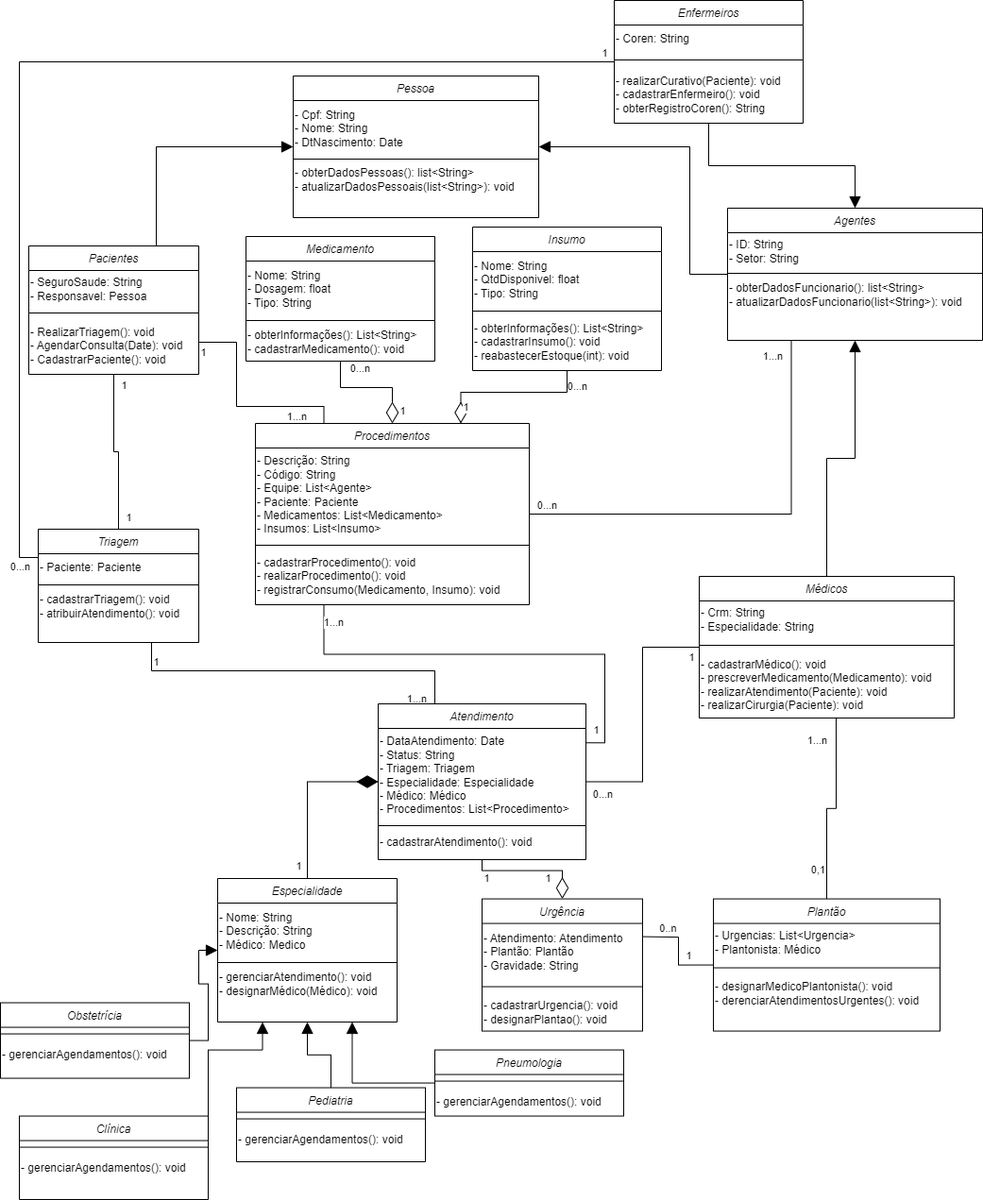
This is modulo2/java/instrucao_pratica/Hospital.drawio.png from residencia18/240043-laio-rodrigues, a draw.io export, as it was before one commit. Source tidied: cells renumbered, new cells last; positions are measured from the earlier drawing's top-left corner, leaving out a move shared by most shapes.
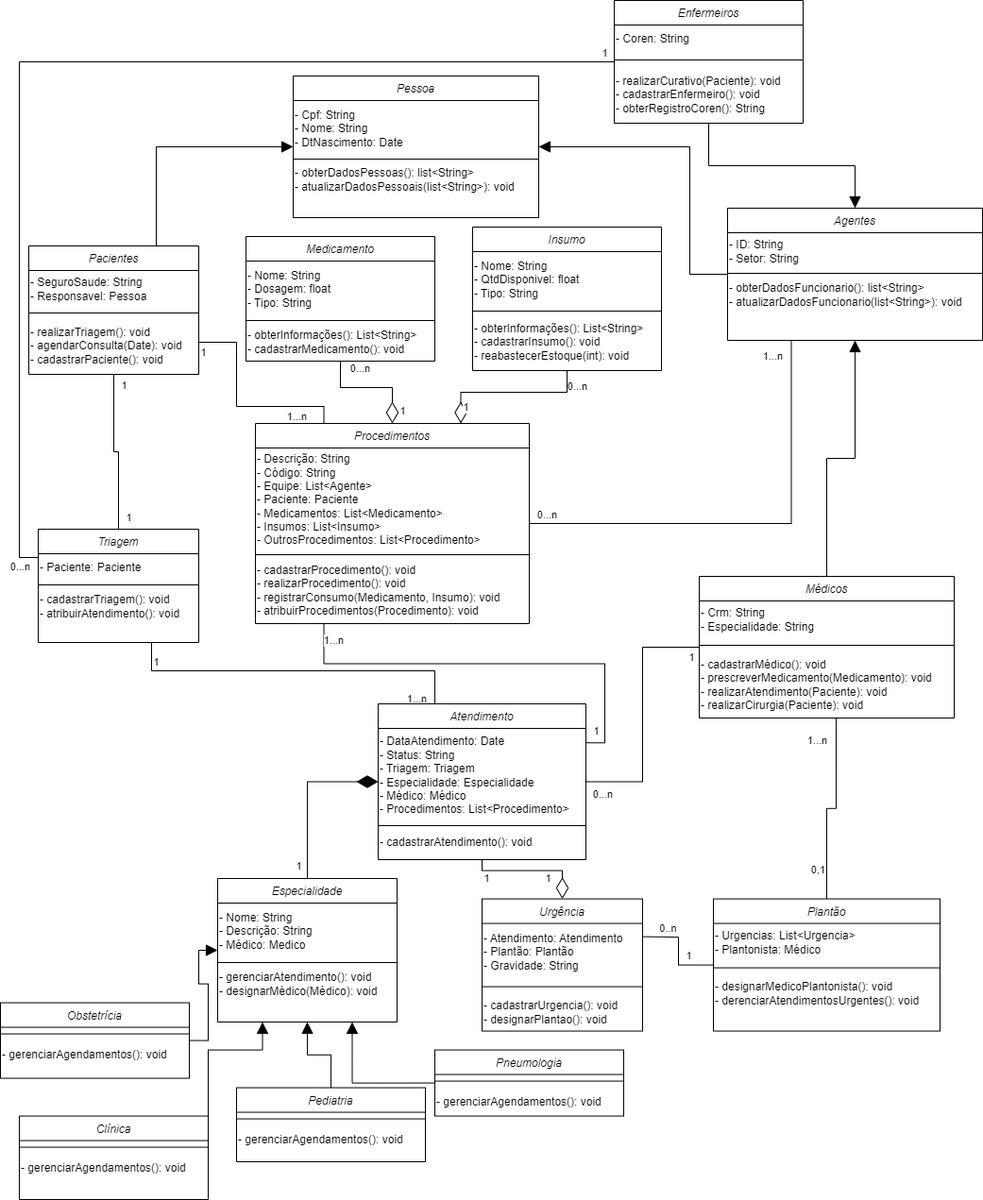
The same file after the commit.

Change to the diagram source:
```diff
@@ -27,7 +27,7 @@
     <mxCell id="8" style="line;html=1;strokeWidth=1;align=left;verticalAlign=middle;spacingTop=-1;spacingLeft=3;spacingRight=3;labelPosition=right;" parent="6" vertex="1">
       <mxGeometry y="66" width="180" height="10" as="geometry" />
     </mxCell>
-    <mxCell id="9" value="- RealizarTriagem(): void&lt;br&gt;- AgendarConsulta(Date): void&lt;br&gt;- CadastrarPaciente(): void" style="text;html=1;align=left;verticalAlign=middle;strokeColor=none;fillColor=none;" parent="6" vertex="1">
+    <mxCell id="9" value="- realizarTriagem(): void&lt;br&gt;- agendarConsulta(Date): void&lt;br&gt;- cadastrarPaciente(): void" style="text;html=1;align=left;verticalAlign=middle;strokeColor=none;fillColor=none;" parent="6" vertex="1">
       <mxGeometry y="76" width="180" height="60" as="geometry" />
     </mxCell>
     <mxCell id="10" style="edgeStyle=orthogonalEdgeStyle;rounded=0;jettySize=auto;html=1;exitX=0.5;exitY=1;exitDx=0;exitDy=0;entryX=0.5;entryY=0;entryDx=0;entryDy=0;endArrow=none;endFill=0;startArrow=block;startFill=1;sourcePerimeterSpacing=0;targetPerimeterSpacing=0;startSize=10;" parent="1" edge="1" source="16" target="20">
@@ -139,16 +139,16 @@
       </mxGeometry>
     </mxCell>
     <mxCell id="37" value="Procedimentos" style="swimlane;fontStyle=2;align=center;verticalAlign=top;horizontal=1;startSize=26;rounded=0;shadow=0;strokeWidth=1;" parent="1" vertex="1">
-      <mxGeometry x="270" y="448" width="290" height="192" as="geometry" />
+      <mxGeometry x="270" y="448" width="290" height="212" as="geometry" />
     </mxCell>
-    <mxCell id="38" value="- Descrição: String&lt;br&gt;- Código: String&lt;br&gt;- Equipe: List&amp;lt;Agente&amp;gt;&lt;br&gt;- Paciente: Paciente&lt;br&gt;- Medicamentos: List&amp;lt;Medicamento&amp;gt;&lt;br&gt;- Insumos: List&amp;lt;Insumo&amp;gt;" style="text;html=1;align=left;verticalAlign=middle;strokeColor=none;fillColor=none;" parent="37" vertex="1">
-      <mxGeometry y="26" width="290" height="100" as="geometry" />
+    <mxCell id="38" value="- Descrição: String&lt;br&gt;- Código: String&lt;br&gt;- Equipe: List&amp;lt;Agente&amp;gt;&lt;br&gt;- Paciente: Paciente&lt;br&gt;- Medicamentos: List&amp;lt;Medicamento&amp;gt;&lt;br&gt;- Insumos: List&amp;lt;Insumo&amp;gt;&lt;br&gt;- OutrosProcedimentos: List&amp;lt;Procedimento&amp;gt;" style="text;html=1;align=left;verticalAlign=middle;strokeColor=none;fillColor=none;" parent="37" vertex="1">
+      <mxGeometry y="26" width="290" height="110" as="geometry" />
     </mxCell>
     <mxCell id="39" style="line;html=1;strokeWidth=1;align=left;verticalAlign=middle;spacingTop=-1;spacingLeft=3;spacingRight=3;labelPosition=right;" parent="37" vertex="1">
-      <mxGeometry y="126" width="290" height="6" as="geometry" />
+      <mxGeometry y="136" width="290" height="6" as="geometry" />
     </mxCell>
-    <mxCell id="40" value="- cadastrarProcedimento(): void&lt;br&gt;- realizarProcedimento(): void&lt;br&gt;- registrarConsumo(Medicamento, Insumo): void" style="text;html=1;align=left;verticalAlign=middle;strokeColor=none;fillColor=none;" parent="37" vertex="1">
-      <mxGeometry y="132" width="290" height="60" as="geometry" />
+    <mxCell id="40" value="- cadastrarProcedimento(): void&lt;br&gt;- realizarProcedimento(): void&lt;br&gt;- registrarConsumo(Medicamento, Insumo): void&lt;br&gt;- atribuirProcedimentos(Procedimento): void" style="text;html=1;align=left;verticalAlign=middle;strokeColor=none;fillColor=none;" parent="37" vertex="1">
+      <mxGeometry y="142" width="290" height="70" as="geometry" />
     </mxCell>
     <mxCell id="41" value="Medicamento" style="swimlane;fontStyle=2;align=center;verticalAlign=top;horizontal=1;startSize=26;rounded=0;shadow=0;strokeWidth=1;" parent="1" vertex="1">
       <mxGeometry x="260" y="250" width="200" height="132" as="geometry" />
```
